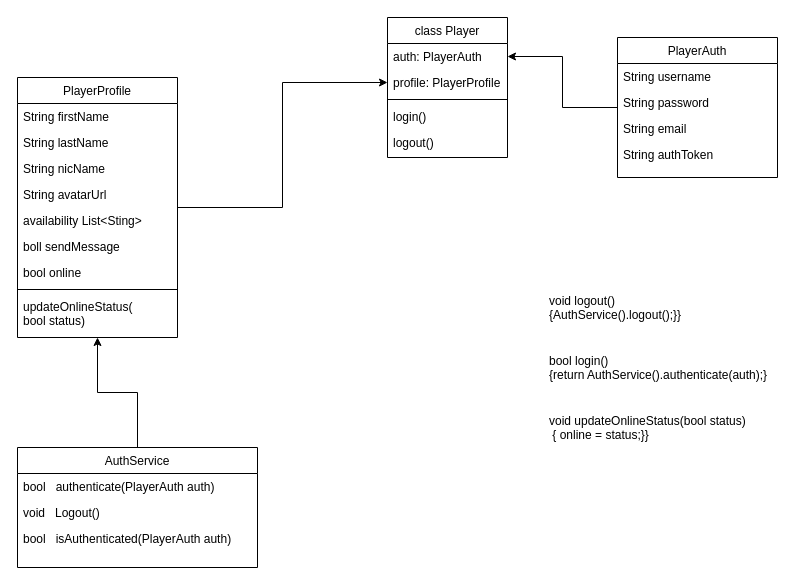
This is classen_diagramm.drawio from komvik/playwithme, a draw.io file, before an edit. Source tidied: cells renumbered, new cells numbered last; positions are measured from the earlier drawing's top-left corner, leaving out a move shared by most shapes. Both pictures are drawn from the tidied source at 100%, with x=0, y=0 at pixel (17, 17).
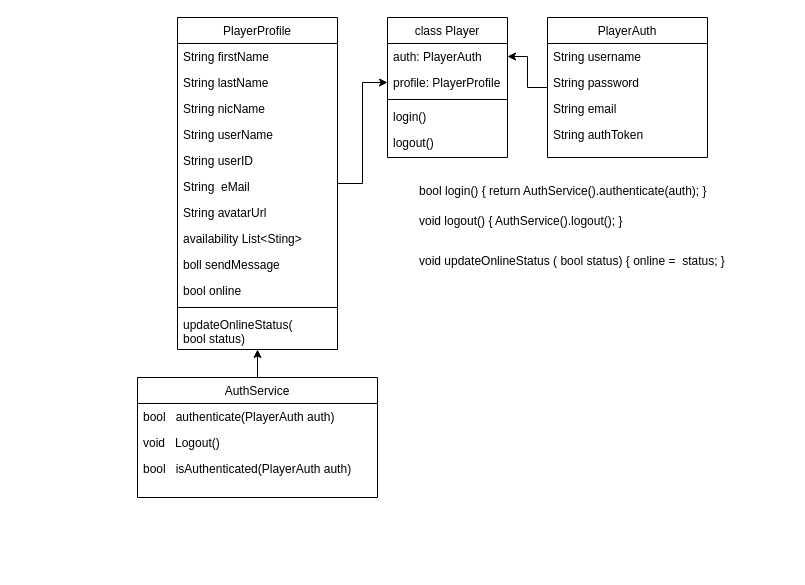
Above is the later version.

Commit message (it also covers changes not shown here):
Add userName,userId,email, in class PlayerProfile changed List<>player

Diff of the diagram source:
```diff
@@
     <mxCell id="10" value="PlayerProfile" style="swimlane;fontStyle=0;align=center;verticalAlign=top;horizontal=1;startSize=26;rounded=0;shadow=0;strokeWidth=1;" parent="1" vertex="1">
-      <mxGeometry y="60" width="160" height="260" as="geometry" />
+      <mxGeometry x="160" width="160" height="332" as="geometry" />
     </mxCell>
@@
+    <mxCell id="34" value="String userName&#10;&#10;" style="text;align=left;verticalAlign=top;spacingLeft=4;spacingRight=4;overflow=hidden;" parent="10" vertex="1">
+      <mxGeometry y="104" width="160" height="26" as="geometry" />
+    </mxCell>
+    <mxCell id="35" value="String userID&#10;&#10;" style="text;align=left;verticalAlign=top;spacingLeft=4;spacingRight=4;overflow=hidden;" parent="10" vertex="1">
+      <mxGeometry y="130" width="160" height="26" as="geometry" />
+    </mxCell>
+    <mxCell id="36" value="String  eMail&#10;&#10;" style="text;align=left;verticalAlign=top;spacingLeft=4;spacingRight=4;overflow=hidden;" parent="10" vertex="1">
+      <mxGeometry y="156" width="160" height="26" as="geometry" />
+    </mxCell>
     <mxCell id="14" value="String avatarUrl&#10;" style="text;align=left;verticalAlign=top;spacingLeft=4;spacingRight=4;overflow=hidden;rounded=0;shadow=0;html=0;" parent="10" vertex="1">
-      <mxGeometry y="104" width="160" height="26" as="geometry" />
+      <mxGeometry y="182" width="160" height="26" as="geometry" />
     </mxCell>
     <mxCell id="15" value="availability List&lt;Sting&gt;" style="text;align=left;verticalAlign=top;spacingLeft=4;spacingRight=4;overflow=hidden;rounded=0;shadow=0;html=0;" parent="10" vertex="1">
-      <mxGeometry y="130" width="160" height="26" as="geometry" />
+      <mxGeometry y="208" width="160" height="26" as="geometry" />
     </mxCell>
     <mxCell id="16" value="boll sendMessage" style="text;align=left;verticalAlign=top;spacingLeft=4;spacingRight=4;overflow=hidden;" parent="10" vertex="1">
-      <mxGeometry y="156" width="160" height="26" as="geometry" />
+      <mxGeometry y="234" width="160" height="26" as="geometry" />
     </mxCell>
     <mxCell id="17" value="bool online" style="text;align=left;verticalAlign=top;spacingLeft=4;spacingRight=4;overflow=hidden;" parent="10" vertex="1">
-      <mxGeometry y="182" width="160" height="26" as="geometry" />
+      <mxGeometry y="260" width="160" height="26" as="geometry" />
     </mxCell>
     <mxCell id="18" style="line;html=1;strokeWidth=1;align=left;verticalAlign=middle;spacingTop=-1;spacingLeft=3;spacingRight=3;labelPosition=right;" parent="10" vertex="1">
-      <mxGeometry y="208" width="160" height="8" as="geometry" />
+      <mxGeometry y="286" width="160" height="8" as="geometry" />
     </mxCell>
     <mxCell id="19" value="updateOnlineStatus(&#10;bool status)" style="text;align=left;verticalAlign=top;spacingLeft=4;spacingRight=4;overflow=hidden;" parent="10" vertex="1">
-      <mxGeometry y="216" width="160" height="38" as="geometry" />
+      <mxGeometry y="294" width="160" height="38" as="geometry" />
     </mxCell>
@@
     <mxCell id="21" value="PlayerAuth" style="swimlane;fontStyle=0;align=center;verticalAlign=top;horizontal=1;startSize=26;rounded=0;shadow=0;strokeWidth=1;" parent="1" vertex="1">
-      <mxGeometry x="600" y="20" width="160" height="140" as="geometry" />
+      <mxGeometry x="530" width="160" height="140" as="geometry" />
     </mxCell>
@@
-    <mxCell id="26" value="bool login()&amp;nbsp;&lt;div&gt;{return AuthService().authenticate(auth);}&lt;/div&gt;" style="text;whiteSpace=wrap;html=1;" parent="1" vertex="1">
-      <mxGeometry x="530" y="330" width="230" height="50" as="geometry" />
+    <mxCell id="26" value="bool login()&amp;nbsp;&lt;span style=&quot;background-color: initial;&quot;&gt;{ return AuthService().authenticate(auth); }&lt;/span&gt;" style="text;whiteSpace=wrap;html=1;" parent="1" vertex="1">
+      <mxGeometry x="400" y="160" width="330" height="50" as="geometry" />
     </mxCell>
-    <mxCell id="27" value="void logout()&amp;nbsp;&lt;div&gt;{AuthService().logout();}}&lt;/div&gt;" style="text;whiteSpace=wrap;html=1;" parent="1" vertex="1">
-      <mxGeometry x="530" y="270" width="150" height="50" as="geometry" />
+    <mxCell id="27" value="void logout()&amp;nbsp;&lt;span style=&quot;background-color: initial;&quot;&gt;{ AuthService().logout(); }&amp;nbsp;&lt;/span&gt;" style="text;whiteSpace=wrap;html=1;" parent="1" vertex="1">
+      <mxGeometry x="400" y="190" width="250" height="30" as="geometry" />
     </mxCell>
-    <mxCell id="28" value="void updateOnlineStatus(bool status)&lt;div&gt;&amp;nbsp;{ online = status;}}&lt;/div&gt;" style="text;whiteSpace=wrap;html=1;" parent="1" vertex="1">
-      <mxGeometry x="530" y="390" width="240" height="40" as="geometry" />
+    <mxCell id="28" value="void updateOnlineStatus ( bool status)&lt;span style=&quot;background-color: initial;&quot;&gt;&amp;nbsp;{ online =&amp;nbsp; status; }&lt;/span&gt;" style="text;whiteSpace=wrap;html=1;" parent="1" vertex="1">
+      <mxGeometry x="400" y="230" width="330" height="40" as="geometry" />
     </mxCell>
@@
     <mxCell id="30" value="AuthService" style="swimlane;fontStyle=0;align=center;verticalAlign=top;horizontal=1;startSize=26;rounded=0;shadow=0;strokeWidth=1;" parent="1" vertex="1">
-      <mxGeometry y="430" width="240" height="120" as="geometry" />
+      <mxGeometry x="120" y="360" width="240" height="120" as="geometry" />
     </mxCell>
```
